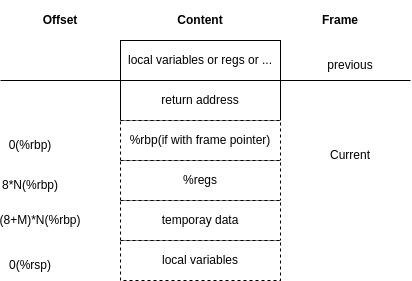
The draw.io diagram image/stack_layout.png in xwsong/xwsong.github.io, before a commit. Source tidied: cells renumbered, new cells last; positions are measured from the earlier drawing's top-left corner, leaving out a move shared by most shapes. The source it was exported from:
```xml
<mxGraphModel>
  <root>
    <mxCell id="0" />
    <mxCell id="1" parent="0" />
    <mxCell id="2" value="local variables or regs or ..." style="rounded=0;whiteSpace=wrap;html=1;" parent="1" vertex="1">
      <mxGeometry x="120" y="40" width="160" height="40" as="geometry" />
    </mxCell>
    <mxCell id="3" value="return address" style="rounded=0;whiteSpace=wrap;html=1;" parent="1" vertex="1">
      <mxGeometry x="120" y="80" width="160" height="40" as="geometry" />
    </mxCell>
    <mxCell id="4" value="%rbp(if with frame pointer)" style="rounded=0;whiteSpace=wrap;html=1;dashed=1;" parent="1" vertex="1">
      <mxGeometry x="120" y="120" width="160" height="40" as="geometry" />
    </mxCell>
    <mxCell id="5" value="%regs" style="rounded=0;whiteSpace=wrap;html=1;dashed=1;" parent="1" vertex="1">
      <mxGeometry x="120" y="160" width="160" height="40" as="geometry" />
    </mxCell>
    <mxCell id="6" value="temporay data" style="rounded=0;whiteSpace=wrap;html=1;dashed=1;" parent="1" vertex="1">
      <mxGeometry x="120" y="200" width="160" height="40" as="geometry" />
    </mxCell>
    <mxCell id="7" value="local variables" style="rounded=0;whiteSpace=wrap;html=1;dashed=1;" parent="1" vertex="1">
      <mxGeometry x="120" y="240" width="160" height="40" as="geometry" />
    </mxCell>
    <mxCell id="8" style="endArrow=none;html=1;rounded=0;" parent="1" edge="1">
      <mxGeometry relative="1" as="geometry">
        <mxPoint y="80" as="sourcePoint" />
        <mxPoint x="410" y="80" as="targetPoint" />
      </mxGeometry>
    </mxCell>
    <mxCell id="9" value="previous" style="text;html=1;align=center;verticalAlign=middle;whiteSpace=wrap;rounded=0;" parent="1" vertex="1">
      <mxGeometry x="320" y="50" width="60" height="30" as="geometry" />
    </mxCell>
    <mxCell id="10" value="Frame" style="text;html=1;align=center;verticalAlign=middle;whiteSpace=wrap;rounded=0;fontStyle=1;" parent="1" vertex="1">
      <mxGeometry x="280" width="120" height="40" as="geometry" />
    </mxCell>
    <mxCell id="11" value="Content" style="text;html=1;align=center;verticalAlign=middle;whiteSpace=wrap;rounded=0;fontStyle=1;" parent="1" vertex="1">
      <mxGeometry x="120" width="160" height="40" as="geometry" />
    </mxCell>
    <mxCell id="12" value="Offset" style="text;html=1;align=center;verticalAlign=middle;whiteSpace=wrap;rounded=0;fontStyle=1;" parent="1" vertex="1">
      <mxGeometry width="120" height="40" as="geometry" />
    </mxCell>
    <mxCell id="13" value="0(%rbp)" style="text;html=1;align=center;verticalAlign=middle;whiteSpace=wrap;rounded=0;" parent="1" vertex="1">
      <mxGeometry y="130" width="60" height="30" as="geometry" />
    </mxCell>
    <mxCell id="14" value="8*N(%rbp)" style="text;html=1;align=center;verticalAlign=middle;whiteSpace=wrap;rounded=0;" parent="1" vertex="1">
      <mxGeometry y="170" width="60" height="30" as="geometry" />
    </mxCell>
    <mxCell id="15" value="0(%rsp)" style="text;html=1;align=center;verticalAlign=middle;whiteSpace=wrap;rounded=0;" parent="1" vertex="1">
      <mxGeometry y="250" width="60" height="30" as="geometry" />
    </mxCell>
    <mxCell id="16" value="(8+M)*N(%rbp)" style="text;html=1;align=center;verticalAlign=middle;whiteSpace=wrap;rounded=0;" parent="1" vertex="1">
      <mxGeometry x="10" y="205" width="60" height="30" as="geometry" />
    </mxCell>
    <mxCell id="17" value="Current" style="text;html=1;align=center;verticalAlign=middle;whiteSpace=wrap;rounded=0;" parent="1" vertex="1">
      <mxGeometry x="320" y="140" width="60" height="30" as="geometry" />
    </mxCell>
  </root>
</mxGraphModel>
```
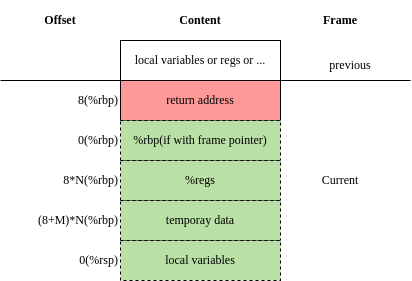
Later version of the same file.

The edit, as a diff of the source:
```diff
@@ -2,22 +2,22 @@
   <root>
     <mxCell id="0" />
     <mxCell id="1" parent="0" />
-    <mxCell id="2" value="local variables or regs or ..." style="rounded=0;whiteSpace=wrap;html=1;" parent="1" vertex="1">
+    <mxCell id="2" value="local variables or regs or ..." style="rounded=0;whiteSpace=wrap;html=1;fontFamily=Comic Sans MS;" parent="1" vertex="1">
       <mxGeometry x="120" y="40" width="160" height="40" as="geometry" />
     </mxCell>
-    <mxCell id="3" value="return address" style="rounded=0;whiteSpace=wrap;html=1;" parent="1" vertex="1">
+    <mxCell id="3" value="return address" style="rounded=0;whiteSpace=wrap;html=1;fillColor=#FF9999;fontFamily=Comic Sans MS;" parent="1" vertex="1">
       <mxGeometry x="120" y="80" width="160" height="40" as="geometry" />
     </mxCell>
-    <mxCell id="4" value="%rbp(if with frame pointer)" style="rounded=0;whiteSpace=wrap;html=1;dashed=1;" parent="1" vertex="1">
+    <mxCell id="4" value="%rbp(if with frame pointer)" style="rounded=0;whiteSpace=wrap;html=1;dashed=1;fillColor=#B9E0A5;fontFamily=Comic Sans MS;" parent="1" vertex="1">
       <mxGeometry x="120" y="120" width="160" height="40" as="geometry" />
     </mxCell>
-    <mxCell id="5" value="%regs" style="rounded=0;whiteSpace=wrap;html=1;dashed=1;" parent="1" vertex="1">
+    <mxCell id="5" value="%regs" style="rounded=0;whiteSpace=wrap;html=1;dashed=1;fillColor=#B9E0A5;fontFamily=Comic Sans MS;" parent="1" vertex="1">
       <mxGeometry x="120" y="160" width="160" height="40" as="geometry" />
     </mxCell>
-    <mxCell id="6" value="temporay data" style="rounded=0;whiteSpace=wrap;html=1;dashed=1;" parent="1" vertex="1">
+    <mxCell id="6" value="temporay data" style="rounded=0;whiteSpace=wrap;html=1;dashed=1;fillColor=#B9E0A5;fontFamily=Comic Sans MS;" parent="1" vertex="1">
       <mxGeometry x="120" y="200" width="160" height="40" as="geometry" />
     </mxCell>
-    <mxCell id="7" value="local variables" style="rounded=0;whiteSpace=wrap;html=1;dashed=1;" parent="1" vertex="1">
+    <mxCell id="7" value="local variables" style="rounded=0;whiteSpace=wrap;html=1;dashed=1;fillColor=#B9E0A5;fontFamily=Comic Sans MS;" parent="1" vertex="1">
       <mxGeometry x="120" y="240" width="160" height="40" as="geometry" />
     </mxCell>
     <mxCell id="8" style="endArrow=none;html=1;rounded=0;" parent="1" edge="1">
@@ -26,32 +26,35 @@
         <mxPoint x="410" y="80" as="targetPoint" />
       </mxGeometry>
     </mxCell>
-    <mxCell id="9" value="previous" style="text;html=1;align=center;verticalAlign=middle;whiteSpace=wrap;rounded=0;" parent="1" vertex="1">
+    <mxCell id="9" value="previous" style="text;html=1;align=center;verticalAlign=middle;whiteSpace=wrap;rounded=0;fontFamily=Comic Sans MS;" parent="1" vertex="1">
       <mxGeometry x="320" y="50" width="60" height="30" as="geometry" />
     </mxCell>
-    <mxCell id="10" value="Frame" style="text;html=1;align=center;verticalAlign=middle;whiteSpace=wrap;rounded=0;fontStyle=1;" parent="1" vertex="1">
+    <mxCell id="10" value="Frame" style="text;html=1;align=center;verticalAlign=middle;whiteSpace=wrap;rounded=0;fontStyle=1;fontFamily=Comic Sans MS;" parent="1" vertex="1">
       <mxGeometry x="280" width="120" height="40" as="geometry" />
     </mxCell>
-    <mxCell id="11" value="Content" style="text;html=1;align=center;verticalAlign=middle;whiteSpace=wrap;rounded=0;fontStyle=1;" parent="1" vertex="1">
+    <mxCell id="11" value="Content" style="text;html=1;align=center;verticalAlign=middle;whiteSpace=wrap;rounded=0;fontStyle=1;fontFamily=Comic Sans MS;" parent="1" vertex="1">
       <mxGeometry x="120" width="160" height="40" as="geometry" />
     </mxCell>
-    <mxCell id="12" value="Offset" style="text;html=1;align=center;verticalAlign=middle;whiteSpace=wrap;rounded=0;fontStyle=1;" parent="1" vertex="1">
+    <mxCell id="12" value="Offset" style="text;html=1;align=center;verticalAlign=middle;whiteSpace=wrap;rounded=0;fontStyle=1;fontFamily=Comic Sans MS;" parent="1" vertex="1">
       <mxGeometry width="120" height="40" as="geometry" />
     </mxCell>
-    <mxCell id="13" value="0(%rbp)" style="text;html=1;align=center;verticalAlign=middle;whiteSpace=wrap;rounded=0;" parent="1" vertex="1">
-      <mxGeometry y="130" width="60" height="30" as="geometry" />
+    <mxCell id="13" value="0(%rbp)" style="text;html=1;align=right;verticalAlign=middle;whiteSpace=wrap;rounded=0;fontFamily=Comic Sans MS;" parent="1" vertex="1">
+      <mxGeometry y="120" width="120" height="40" as="geometry" />
     </mxCell>
-    <mxCell id="14" value="8*N(%rbp)" style="text;html=1;align=center;verticalAlign=middle;whiteSpace=wrap;rounded=0;" parent="1" vertex="1">
-      <mxGeometry y="170" width="60" height="30" as="geometry" />
+    <mxCell id="14" value="8*N(%rbp)" style="text;html=1;align=right;verticalAlign=middle;whiteSpace=wrap;rounded=0;fontFamily=Comic Sans MS;" parent="1" vertex="1">
+      <mxGeometry y="160" width="120" height="40" as="geometry" />
     </mxCell>
-    <mxCell id="15" value="0(%rsp)" style="text;html=1;align=center;verticalAlign=middle;whiteSpace=wrap;rounded=0;" parent="1" vertex="1">
-      <mxGeometry y="250" width="60" height="30" as="geometry" />
+    <mxCell id="15" value="0(%rsp)" style="text;html=1;align=right;verticalAlign=middle;whiteSpace=wrap;rounded=0;fontFamily=Comic Sans MS;" parent="1" vertex="1">
+      <mxGeometry y="240" width="120" height="40" as="geometry" />
     </mxCell>
-    <mxCell id="16" value="(8+M)*N(%rbp)" style="text;html=1;align=center;verticalAlign=middle;whiteSpace=wrap;rounded=0;" parent="1" vertex="1">
-      <mxGeometry x="10" y="205" width="60" height="30" as="geometry" />
+    <mxCell id="16" value="(8+M)*N(%rbp)" style="text;html=1;align=right;verticalAlign=middle;whiteSpace=wrap;rounded=0;fontFamily=Comic Sans MS;" parent="1" vertex="1">
+      <mxGeometry y="200" width="120" height="40" as="geometry" />
     </mxCell>
-    <mxCell id="17" value="Current" style="text;html=1;align=center;verticalAlign=middle;whiteSpace=wrap;rounded=0;" parent="1" vertex="1">
-      <mxGeometry x="320" y="140" width="60" height="30" as="geometry" />
+    <mxCell id="17" value="Current" style="text;html=1;align=center;verticalAlign=middle;whiteSpace=wrap;rounded=0;fontFamily=Comic Sans MS;" parent="1" vertex="1">
+      <mxGeometry x="280" y="160" width="120" height="40" as="geometry" />
     </mxCell>
+    <mxCell id="18" value="8(%rbp)" style="text;html=1;align=right;verticalAlign=middle;whiteSpace=wrap;rounded=0;fontFamily=Comic Sans MS;" parent="1" vertex="1">
+      <mxGeometry y="80" width="120" height="40" as="geometry" />
+    </mxCell>
   </root>
 </mxGraphModel>
```
